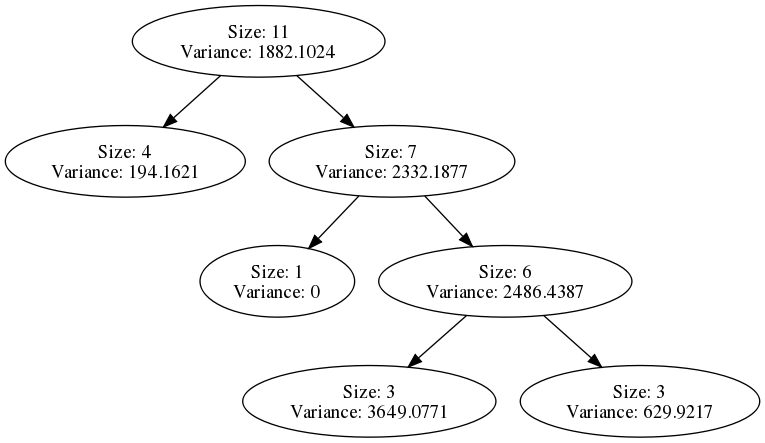
Above: src/dot/COCOMO81S.dot.png in abutcher/compass (Graphviz), before the change. Its source is kept beside it as src/dot/COCOMO81S.dot.
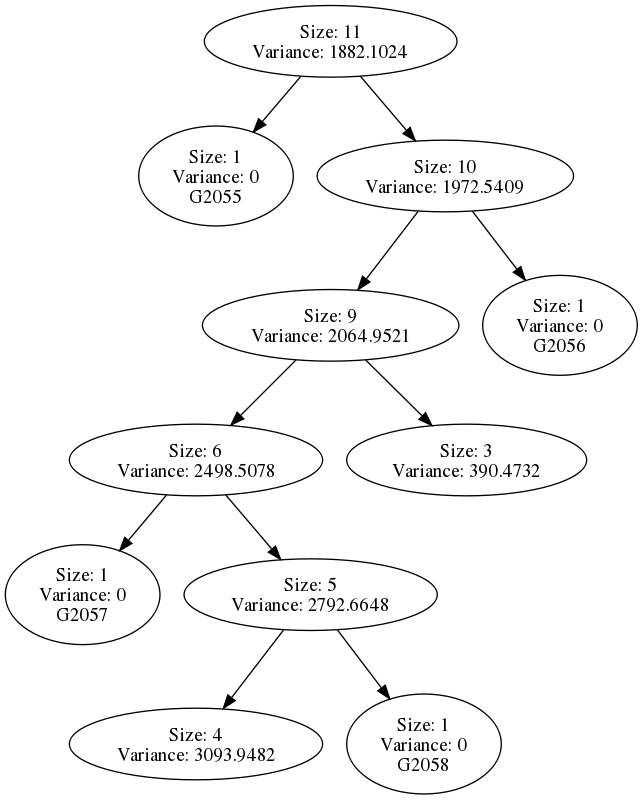
Later version of the same file.

Diff of the diagram source:
```diff
@@ -1,8 +1,12 @@
 DIGRAPH G {
-"Size: 11\nVariance: 1882.1024" -> "Size: 4\nVariance: 194.1621" L=0;
-"Size: 11\nVariance: 1882.1024" -> "Size: 7\nVariance: 2332.1877" L=0;
-"Size: 7\nVariance: 2332.1877" -> "Size: 1\nVariance: 0" L=1;
-"Size: 7\nVariance: 2332.1877" -> "Size: 6\nVariance: 2486.4387" L=1;
-"Size: 6\nVariance: 2486.4387" -> "Size: 3\nVariance: 3649.0771" L=2;
-"Size: 6\nVariance: 2486.4387" -> "Size: 3\nVariance: 629.9217" L=2;
+"Size: 11\nVariance: 1882.1024" -> "Size: 1\nVariance: 0\nG2055" L=0;
+"Size: 11\nVariance: 1882.1024" -> "Size: 10\nVariance: 1972.5409" L=0;
+"Size: 10\nVariance: 1972.5409" -> "Size: 9\nVariance: 2064.9521" L=1;
+"Size: 10\nVariance: 1972.5409" -> "Size: 1\nVariance: 0\nG2056" L=1;
+"Size: 9\nVariance: 2064.9521" -> "Size: 6\nVariance: 2498.5078" L=2;
+"Size: 9\nVariance: 2064.9521" -> "Size: 3\nVariance: 390.4732" L=2;
+"Size: 6\nVariance: 2498.5078" -> "Size: 1\nVariance: 0\nG2057" L=3;
+"Size: 6\nVariance: 2498.5078" -> "Size: 5\nVariance: 2792.6648" L=3;
+"Size: 5\nVariance: 2792.6648" -> "Size: 4\nVariance: 3093.9482" L=4;
+"Size: 5\nVariance: 2792.6648" -> "Size: 1\nVariance: 0\nG2058" L=4;
 }
```
